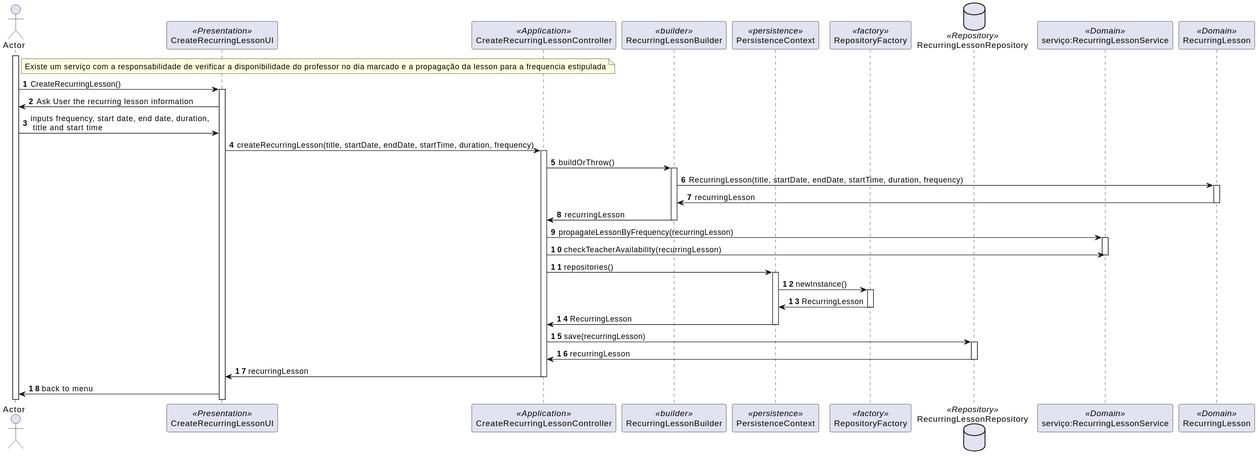
This is docs/SPRINT B/US1010 - Schedule Class/US1010-SD.svg from mascenso/isep-sem4-lapr4, a PlantUML export, as it was before one commit. Source of this version:
```plantuml
@startuml

autonumber

actor Actor
activate Actor
note right of Actor: Existe um serviço com a responsabilidade de verificar a disponibilidade do professor no dia marcado e a propagação da lesson para a frequencia estipulada
participant CreateRecurringLessonUI as UI <<Presentation>>
participant CreateRecurringLessonController as Controller <<Application>>
participant RecurringLessonBuilder as Builder <<builder>>
participant PersistenceContext as Persistence <<persistence>>
participant RepositoryFactory as Factory <<factory>>
database RecurringLessonRepository as LessonRepository <<Repository>>
participant "serviço:RecurringLessonService" as Service <<Domain>>
participant RecurringLesson as RecurringLesson <<Domain>>


Actor -> UI: CreateRecurringLesson()
activate UI
UI -> Actor: Ask User the recurring lesson information
Actor -> UI: inputs frequency, start date, end date, duration,\n title and start time

UI -> Controller: createRecurringLesson(title, startDate, endDate, startTime, duration, frequency)
activate Controller
Controller -> Builder: buildOrThrow()
activate Builder
Builder -> RecurringLesson: RecurringLesson(title, startDate, endDate, startTime, duration, frequency)
activate RecurringLesson
RecurringLesson -> Builder: recurringLesson
deactivate RecurringLesson
Builder -> Controller: recurringLesson
deactivate Builder
Controller -> Service: propagateLessonByFrequency(recurringLesson)
activate Service
Controller -> Service: checkTeacherAvailability(recurringLesson)
deactivate Service
Controller -> Persistence: repositories()
activate Persistence
Persistence -> Factory: newInstance()
Activate Factory
Factory -> Persistence: RecurringLesson
deactivate Factory
Persistence -> Controller: RecurringLesson
deactivate Persistence
Controller -> LessonRepository: save(recurringLesson)
activate LessonRepository
LessonRepository -> Controller: recurringLesson
deactivate LessonRepository
Controller -> UI: recurringLesson
deactivate Controller
Actor <- UI: back to menu
@enduml
```
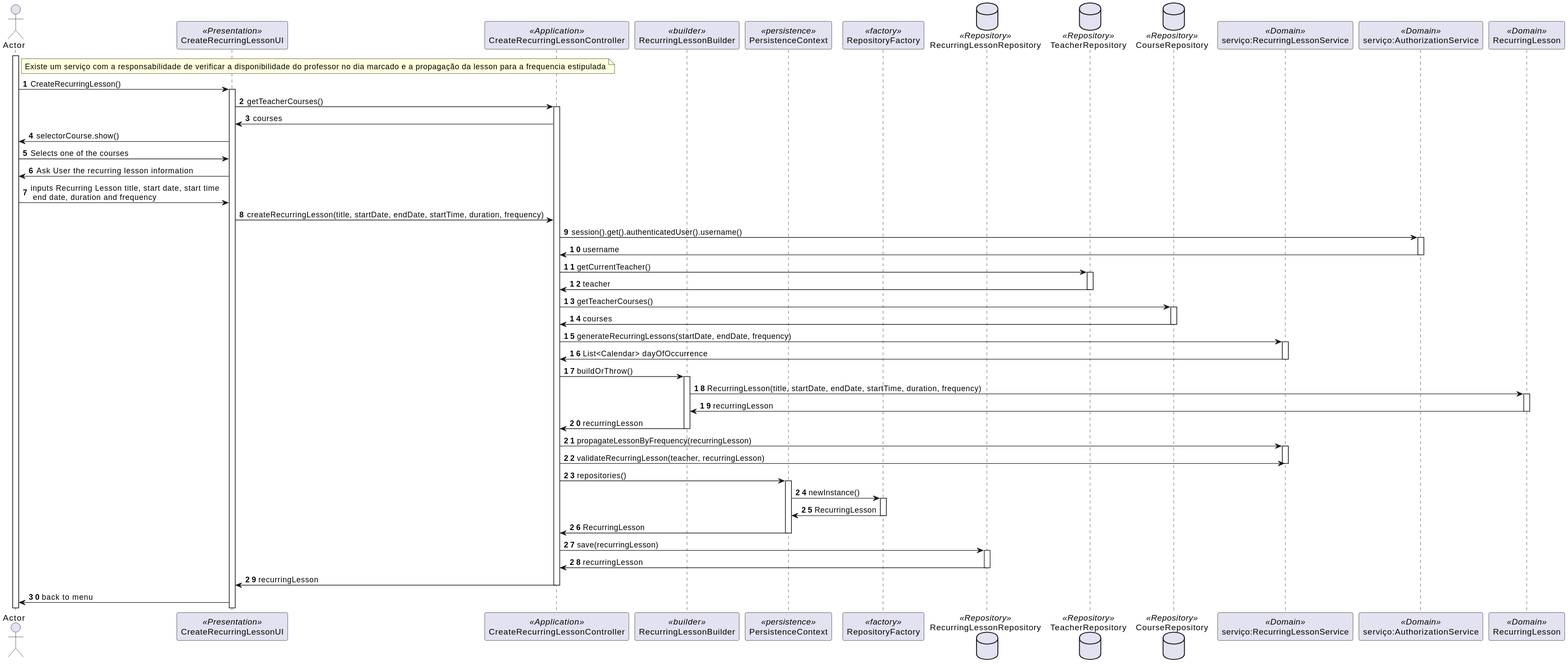
After the commit.

The edit, as a diff of the source:
```diff
@@ -11,17 +11,41 @@
 participant PersistenceContext as Persistence <<persistence>>
 participant RepositoryFactory as Factory <<factory>>
 database RecurringLessonRepository as LessonRepository <<Repository>>
+database TeacherRepository as TeacherRepository <<Repository>>
+database CourseRepository as CourseRepository <<Repository>>
 participant "serviço:RecurringLessonService" as Service <<Domain>>
+participant "serviço:AuthorizationService" as Authz <<Domain>>
 participant RecurringLesson as RecurringLesson <<Domain>>
 
 
 Actor -> UI: CreateRecurringLesson()
 activate UI
+UI -> Controller: getTeacherCourses()
+activate Controller
+Controller -> UI: courses
+UI -> Actor: selectorCourse.show()
+Actor -> UI: Selects one of the courses
 UI -> Actor: Ask User the recurring lesson information
-Actor -> UI: inputs frequency, start date, end date, duration,\n title and start time
+Actor -> UI: inputs Recurring Lesson title, start date, start time\n end date, duration and frequency
 
 UI -> Controller: createRecurringLesson(title, startDate, endDate, startTime, duration, frequency)
-activate Controller
+
+Controller -> Authz: session().get().authenticatedUser().username()
+activate Authz
+Authz -> Controller: username
+deactivate Authz
+Controller -> TeacherRepository: getCurrentTeacher()
+activate TeacherRepository
+TeacherRepository -> Controller: teacher
+deactivate TeacherRepository
+Controller -> CourseRepository: getTeacherCourses()
+activate CourseRepository
+CourseRepository -> Controller: courses
+deactivate CourseRepository
+Controller -> Service: generateRecurringLessons(startDate, endDate, frequency)
+activate Service
+Service -> Controller: List<Calendar> dayOfOccurrence
+deactivate Service
 Controller -> Builder: buildOrThrow()
 activate Builder
 Builder -> RecurringLesson: RecurringLesson(title, startDate, endDate, startTime, duration, frequency)
@@ -32,12 +56,12 @@
 deactivate Builder
 Controller -> Service: propagateLessonByFrequency(recurringLesson)
 activate Service
-Controller -> Service: checkTeacherAvailability(recurringLesson)
+Controller -> Service: validateRecurringLesson(teacher, recurringLesson)
 deactivate Service
 Controller -> Persistence: repositories()
 activate Persistence
 Persistence -> Factory: newInstance()
-Activate Factory
+activate Factory
 Factory -> Persistence: RecurringLesson
 deactivate Factory
 Persistence -> Controller: RecurringLesson
```
